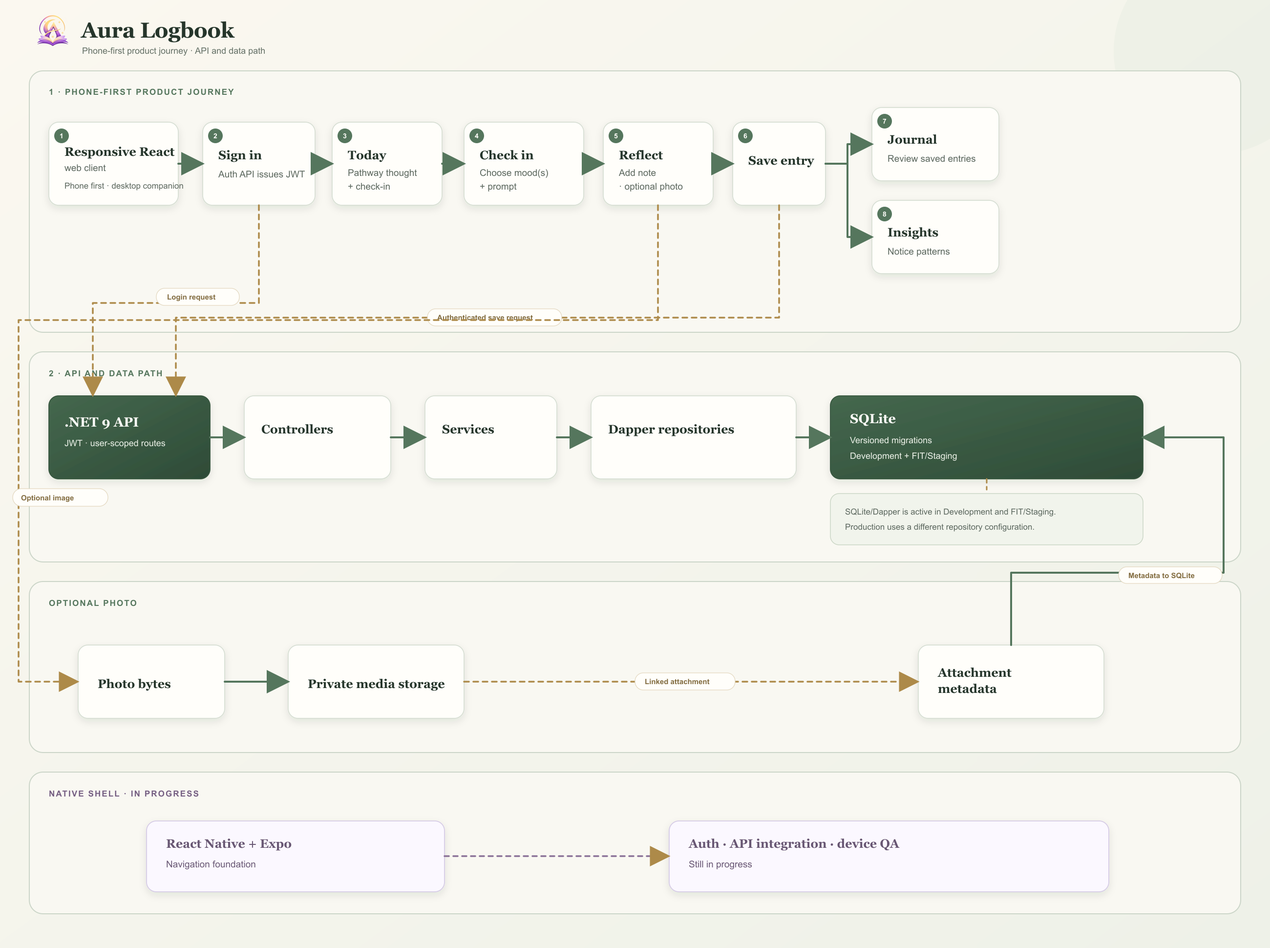
The Mermaid diagram docs/aura-logbook/diagrams/aura-logbook-flowchart-v1.png in GemsForge/professional-portfolio, before a commit. Its source is kept beside it as docs/aura-logbook/diagrams/aura-logbook-flowchart-v1.mmd.
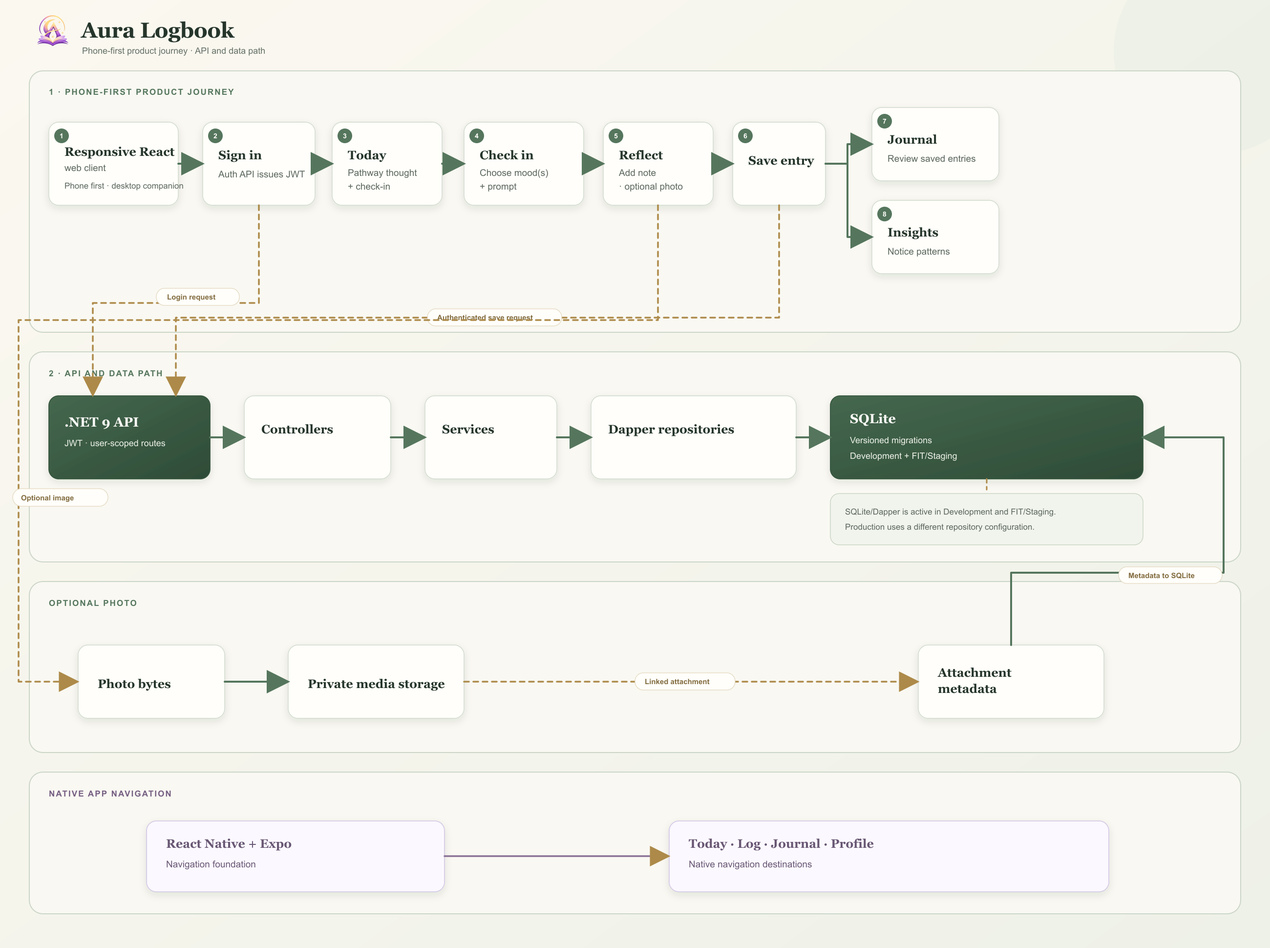
After the change.

Commit message:
fix(build): #122 remove native shell status from diagram

The edit, as a diff of the source:
```diff
@@ -32,12 +32,12 @@
     metadata["Attachment metadata"] --> sqlite
   end
 
-  subgraph native["NATIVE SHELL · IN PROGRESS"]
+  subgraph native["NATIVE APP NAVIGATION"]
     direction LR
     expo["React Native + Expo<br/>Navigation foundation"]
-    pending["Auth · API integration · device QA<br/>Still in progress"]
+    destinations["Today · Log · Journal · Profile<br/>Native navigation destinations"]
 
-    expo -.-> pending
+    expo --> destinations
   end
 
   signin -. "Login request" .-> api
```
